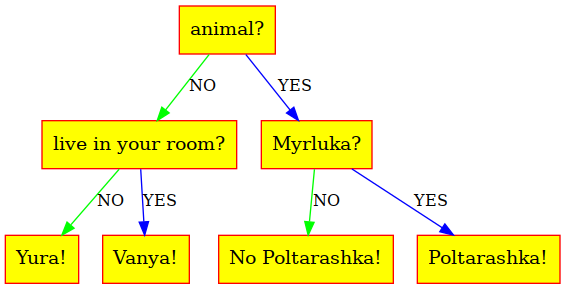
The Graphviz diagram Akinator/graphviz.png in vihlancevk/Akinator, before a commit. Its source is kept beside it as Akinator/graphviz.gv.
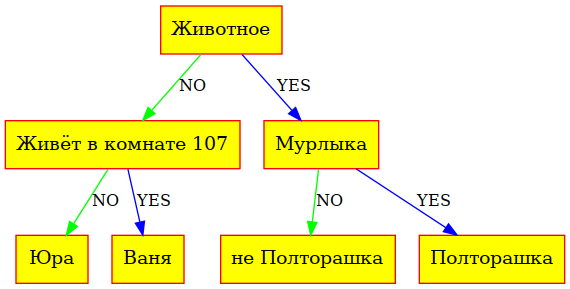
After the change.

Diff of the diagram source:
```diff
@@ -4,13 +4,13 @@
 
 	node[color="red",fontsize=14];
 
-	2[shape=record, style="filled", fillcolor="yellow", label="<2> animal?"];
-	3[shape=record, style="filled", fillcolor="yellow", label="<3> live in your room?"];
-	4[shape=record, style="filled", fillcolor="yellow", label="<4> Yura!"];
-	5[shape=record, style="filled", fillcolor="yellow", label="<5> Vanya!"];
-	6[shape=record, style="filled", fillcolor="yellow", label="<6> Myrluka?"];
-	7[shape=record, style="filled", fillcolor="yellow", label="<7> No Poltarashka!"];
-	8[shape=record, style="filled", fillcolor="yellow", label="<8> Poltarashka!"];
+	2[shape=record, style="filled", fillcolor="yellow", label="Животное"];
+	3[shape=record, style="filled", fillcolor="yellow", label="Живёт  в  комнате  107"];
+	4[shape=record, style="filled", fillcolor="yellow", label="Юра"];
+	5[shape=record, style="filled", fillcolor="yellow", label="Ваня"];
+	6[shape=record, style="filled", fillcolor="yellow", label="Мурлыка"];
+	7[shape=record, style="filled", fillcolor="yellow", label="не  Полторашка"];
+	8[shape=record, style="filled", fillcolor="yellow", label="Полторашка"];
 
 	2 -> 3[color="green", label="NO", fontsize=12]
 	2 -> 6[color="blue", label="YES", fontsize=12]
```
